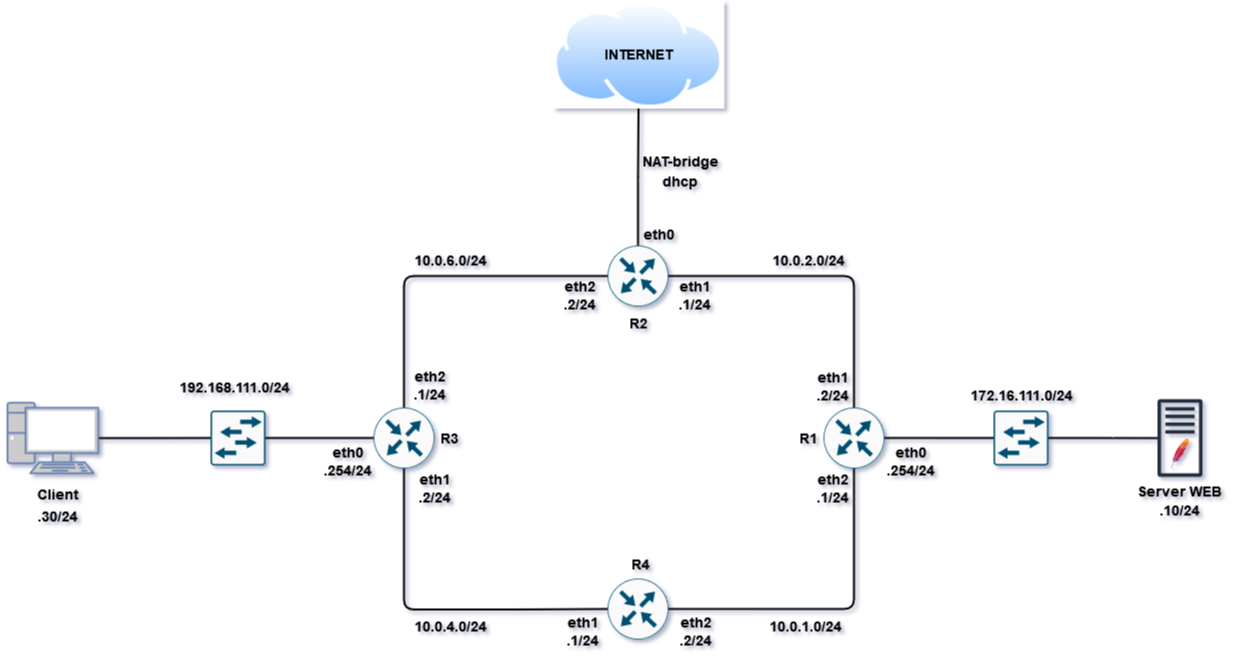
Above: OSPF/OSPF.drawio.png in Kajanflex2/Stage (draw.io), before the change. Source tidied: cells renumbered, new cells last; positions are measured from the earlier drawing's top-left corner, leaving out a move shared by most shapes.
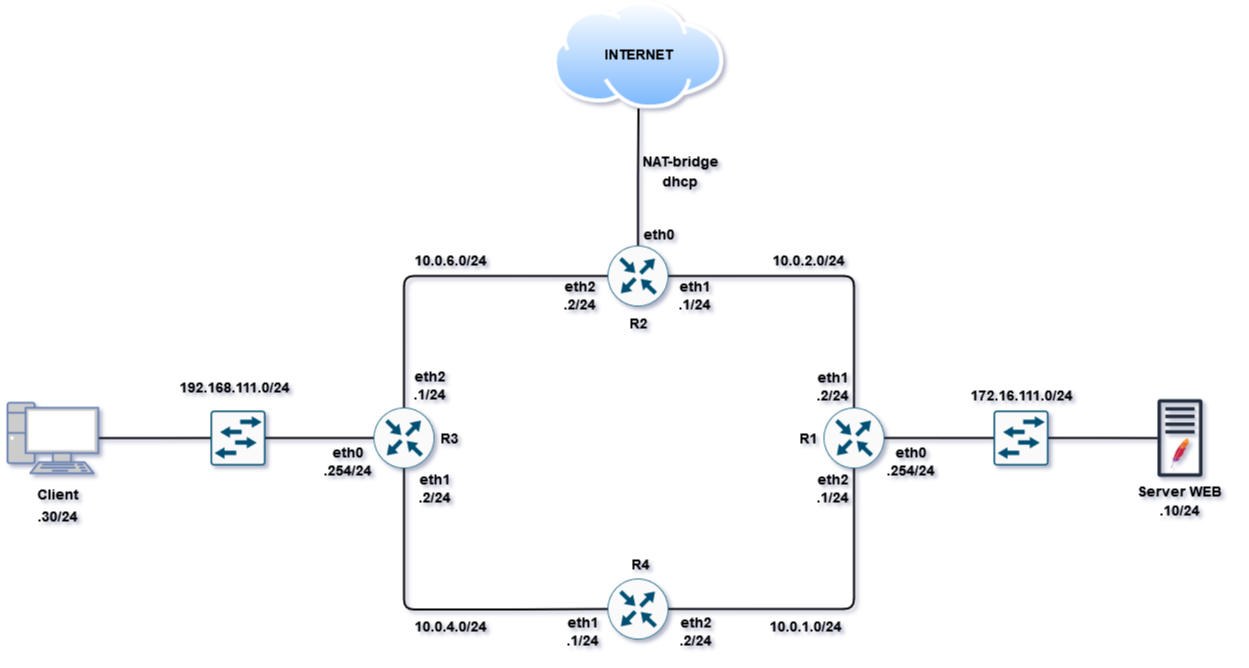
The same diagram one commit later.

Change to the diagram source:
```diff
@@ -46,7 +46,7 @@
     <mxCell id="14" style="sketch=0;points=[[0.5,0,0],[1,0.5,0],[0.5,1,0],[0,0.5,0],[0.145,0.145,0],[0.8555,0.145,0],[0.855,0.8555,0],[0.145,0.855,0]];verticalLabelPosition=bottom;html=1;verticalAlign=top;align=center;shape=mxgraph.cisco19.rect;prIcon=router;fillColor=#FAFAFA;strokeColor=#005073;strokeWidth=2;" parent="1" vertex="1">
       <mxGeometry x="373" y="407" width="61" height="61" as="geometry" />
     </mxCell>
-    <mxCell id="15" style="image;perimeter=ellipsePerimeter;html=1;align=center;shadow=0;dashed=0;spacingTop=3;image=img/lib/active_directory/internet_cloud.svg;strokeWidth=1;imageBackground=default;" parent="1" vertex="1">
+    <mxCell id="15" style="image;perimeter=ellipsePerimeter;html=1;align=center;shadow=0;dashed=0;spacingTop=3;image=img/lib/active_directory/internet_cloud.svg;strokeWidth=1;imageBackground=none;labelBackgroundColor=none;" parent="1" vertex="1">
       <mxGeometry x="552.3" width="171.4" height="108" as="geometry" />
     </mxCell>
     <mxCell id="16" style="sketch=0;points=[[0.015,0.015,0],[0.985,0.015,0],[0.985,0.985,0],[0.015,0.985,0],[0.25,0,0],[0.5,0,0],[0.75,0,0],[1,0.25,0],[1,0.5,0],[1,0.75,0],[0.75,1,0],[0.5,1,0],[0.25,1,0],[0,0.75,0],[0,0.5,0],[0,0.25,0]];verticalLabelPosition=bottom;html=1;verticalAlign=top;align=center;shape=mxgraph.cisco19.rect;prIcon=l2_switch;fillColor=#FAFAFA;strokeColor=#005073;strokeWidth=2;" parent="1" vertex="1">
```
